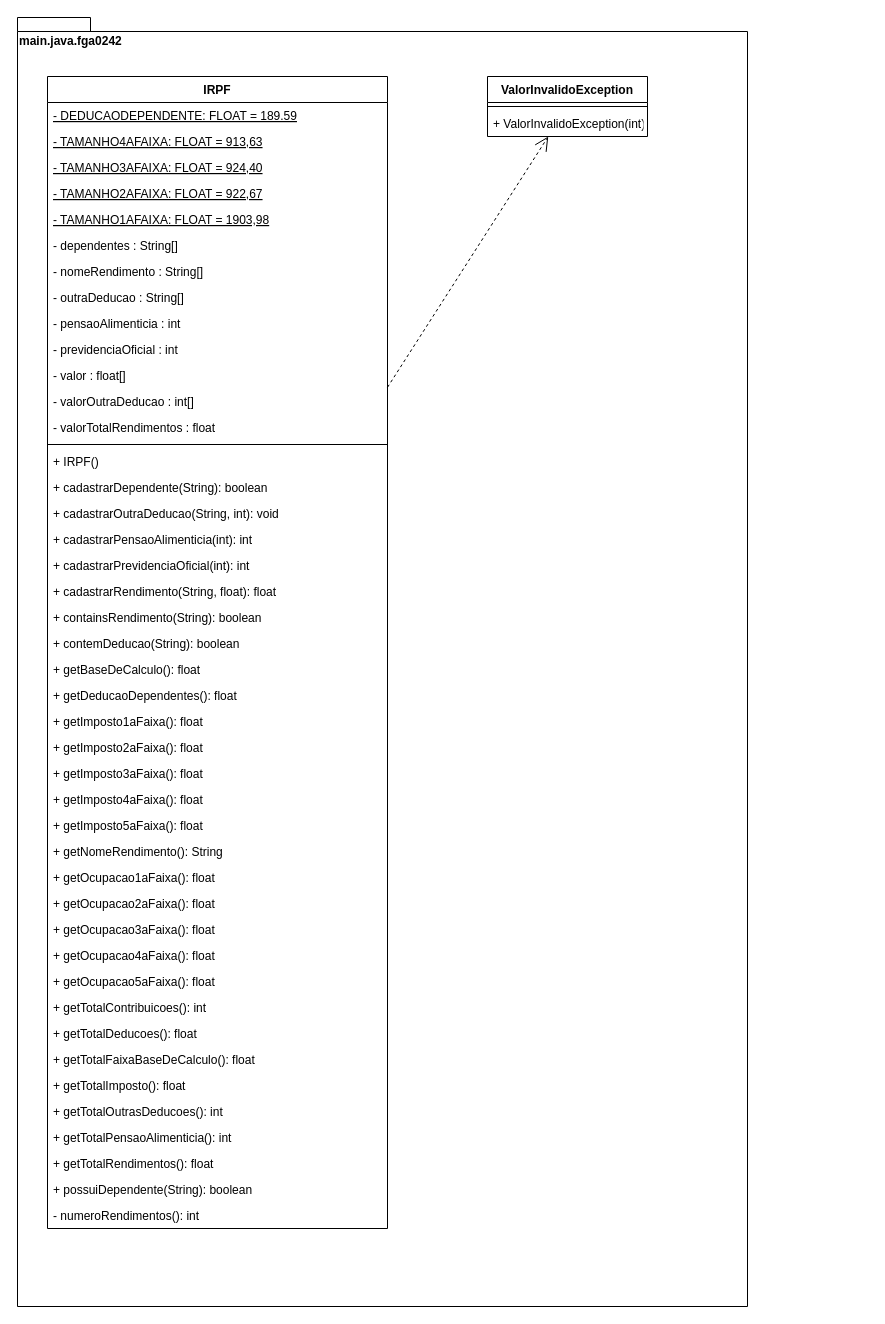
andrelanna/fga0242 keeps this draw.io diagram as page "AposExtrairConstantes" (2 of 2) of aula19/diagClasses.drawio. Above is the earlier version. Source tidied: cells renumbered, new cells numbered last; positions are measured from the earlier drawing's top-left corner, leaving out a move shared by most shapes. Both pictures are drawn from the tidied source at 100%, with x=0, y=0 at pixel (17, 17).
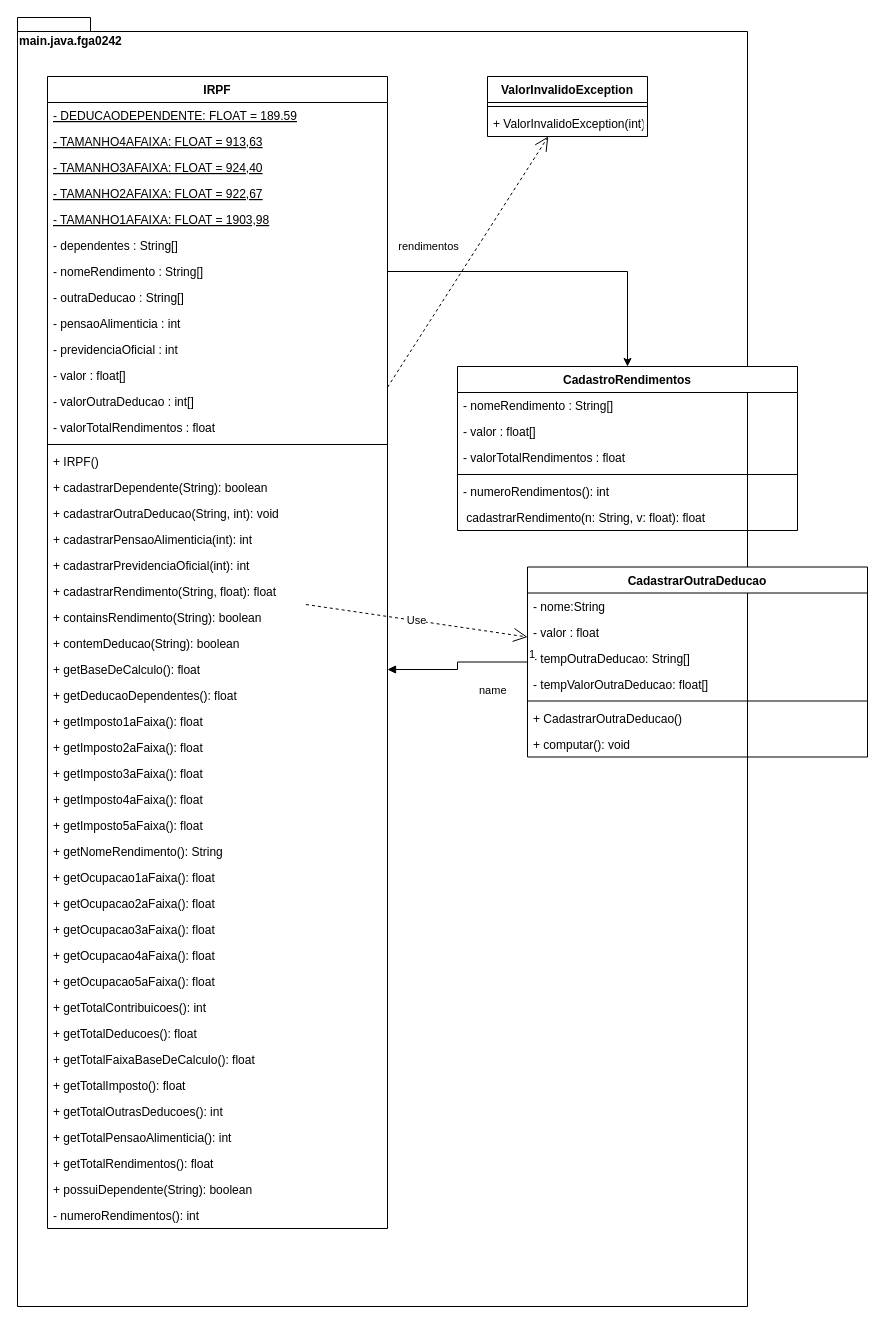
Above is the later version.

Unchanged cells that the change refers to:
```xml
<mxCell id="10" value="- nomeRendimento : String[]" style="text;strokeColor=none;fillColor=none;align=left;verticalAlign=top;spacingLeft=4;spacingRight=4;overflow=hidden;points=[[0,0.5],[1,0.5]];portConstraint=eastwest;" parent="3" vertex="1">
  <mxGeometry y="182" width="340" height="26" as="geometry" />
</mxCell>
<mxCell id="23" value="+ cadastrarRendimento(String, float): float" style="text;strokeColor=none;fillColor=none;align=left;verticalAlign=top;spacingLeft=4;spacingRight=4;overflow=hidden;points=[[0,0.5],[1,0.5]];portConstraint=eastwest;" parent="3" vertex="1">
  <mxGeometry y="502" width="340" height="26" as="geometry" />
</mxCell>
<mxCell id="26" value="+ getBaseDeCalculo(): float" style="text;strokeColor=none;fillColor=none;align=left;verticalAlign=top;spacingLeft=4;spacingRight=4;overflow=hidden;points=[[0,0.5],[1,0.5]];portConstraint=eastwest;" parent="3" vertex="1">
  <mxGeometry y="580" width="340" height="26" as="geometry" />
</mxCell>
```

Change to the diagram source:
```diff
@@
+    <mxCell id="52" value="CadastroRendimentos" style="swimlane;fontStyle=1;align=center;verticalAlign=top;horizontal=1;startSize=26;" parent="1" vertex="1">
+      <mxGeometry x="440" y="349" width="340" height="164" as="geometry" />
+    </mxCell>
+    <mxCell id="53" value="- nomeRendimento : String[]" style="text;strokeColor=none;fillColor=none;align=left;verticalAlign=top;spacingLeft=4;spacingRight=4;overflow=hidden;" parent="52" vertex="1">
+      <mxGeometry y="26" width="340" height="26" as="geometry" />
+    </mxCell>
+    <mxCell id="54" value="- valor : float[]" style="text;strokeColor=none;fillColor=none;align=left;verticalAlign=top;spacingLeft=4;spacingRight=4;overflow=hidden;" parent="52" vertex="1">
+      <mxGeometry y="52" width="340" height="26" as="geometry" />
+    </mxCell>
+    <mxCell id="55" value="- valorTotalRendimentos : float" style="text;strokeColor=none;fillColor=none;align=left;verticalAlign=top;spacingLeft=4;spacingRight=4;overflow=hidden;" parent="52" vertex="1">
+      <mxGeometry y="78" width="340" height="26" as="geometry" />
+    </mxCell>
+    <mxCell id="56" style="line;strokeWidth=1;fillColor=none;align=left;verticalAlign=middle;spacingTop=-1;spacingLeft=3;spacingRight=3;labelPosition=right;" parent="52" vertex="1">
+      <mxGeometry y="104" width="340" height="8" as="geometry" />
+    </mxCell>
+    <mxCell id="57" value="- numeroRendimentos(): int" style="text;strokeColor=none;fillColor=none;align=left;verticalAlign=top;spacingLeft=4;spacingRight=4;overflow=hidden;" parent="52" vertex="1">
+      <mxGeometry y="112" width="340" height="26" as="geometry" />
+    </mxCell>
+    <mxCell id="58" value=" cadastrarRendimento(n: String, v: float): float" style="text;strokeColor=none;fillColor=none;align=left;verticalAlign=top;spacingLeft=4;spacingRight=4;overflow=hidden;" parent="52" vertex="1">
+      <mxGeometry y="138" width="340" height="26" as="geometry" />
+    </mxCell>
+    <mxCell id="59" style="edgeStyle=orthogonalEdgeStyle;rounded=0;jettySize=auto;html=1;" parent="1" edge="1" source="10" target="52">
+      <mxGeometry relative="1" as="geometry" />
+    </mxCell>
+    <mxCell id="60" value="rendimentos" style="edgeLabel;html=1;align=center;verticalAlign=middle;" parent="59" vertex="1">
+      <mxGeometry x="-0.83" y="1" relative="1" as="geometry">
+        <mxPoint x="12" y="-25" as="offset" />
+      </mxGeometry>
+    </mxCell>
+    <mxCell id="61" value="CadastrarOutraDeducao" style="swimlane;fontStyle=1;align=center;verticalAlign=top;horizontal=1;startSize=26;" parent="1" vertex="1">
+      <mxGeometry x="510" y="549.5" width="340" height="190" as="geometry" />
+    </mxCell>
+    <mxCell id="62" value="- nome:String" style="text;strokeColor=none;fillColor=none;align=left;verticalAlign=top;spacingLeft=4;spacingRight=4;overflow=hidden;" parent="61" vertex="1">
+      <mxGeometry y="26" width="340" height="26" as="geometry" />
+    </mxCell>
+    <mxCell id="63" value="- valor : float" style="text;strokeColor=none;fillColor=none;align=left;verticalAlign=top;spacingLeft=4;spacingRight=4;overflow=hidden;" parent="61" vertex="1">
+      <mxGeometry y="52" width="340" height="26" as="geometry" />
+    </mxCell>
+    <mxCell id="64" value="- tempOutraDeducao: String[]" style="text;strokeColor=none;fillColor=none;align=left;verticalAlign=top;spacingLeft=4;spacingRight=4;overflow=hidden;" parent="61" vertex="1">
+      <mxGeometry y="78" width="340" height="26" as="geometry" />
+    </mxCell>
+    <mxCell id="65" value="- tempValorOutraDeducao: float[]" style="text;strokeColor=none;fillColor=none;align=left;verticalAlign=top;spacingLeft=4;spacingRight=4;overflow=hidden;" parent="61" vertex="1">
+      <mxGeometry y="104" width="340" height="26" as="geometry" />
+    </mxCell>
+    <mxCell id="66" style="line;strokeWidth=1;fillColor=none;align=left;verticalAlign=middle;spacingTop=-1;spacingLeft=3;spacingRight=3;labelPosition=right;" parent="61" vertex="1">
+      <mxGeometry y="130" width="340" height="8" as="geometry" />
+    </mxCell>
+    <mxCell id="67" value="+ CadastrarOutraDeducao()" style="text;strokeColor=none;fillColor=none;align=left;verticalAlign=top;spacingLeft=4;spacingRight=4;overflow=hidden;" parent="61" vertex="1">
+      <mxGeometry y="138" width="340" height="26" as="geometry" />
+    </mxCell>
+    <mxCell id="68" value="+ computar(): void" style="text;strokeColor=none;fillColor=none;align=left;verticalAlign=top;spacingLeft=4;spacingRight=4;overflow=hidden;" parent="61" vertex="1">
+      <mxGeometry y="164" width="340" height="26" as="geometry" />
+    </mxCell>
+    <mxCell id="69" value="Use" style="endArrow=open;endSize=12;dashed=1;html=1;rounded=0;" parent="1" edge="1" source="23" target="61">
+      <mxGeometry relative="1" as="geometry" />
+    </mxCell>
+    <mxCell id="70" value="name" style="endArrow=block;endFill=1;html=1;edgeStyle=orthogonalEdgeStyle;align=left;verticalAlign=top;rounded=0;" parent="1" edge="1" source="61" target="26">
+      <mxGeometry x="-0.32" y="14" relative="1" as="geometry">
+        <mxPoint y="1" as="offset" />
+      </mxGeometry>
+    </mxCell>
+    <mxCell id="71" value="1" style="edgeLabel;html=1;align=left;verticalAlign=bottom;" parent="70" vertex="1">
+      <mxGeometry x="-1" relative="1" as="geometry" />
+    </mxCell>
```
